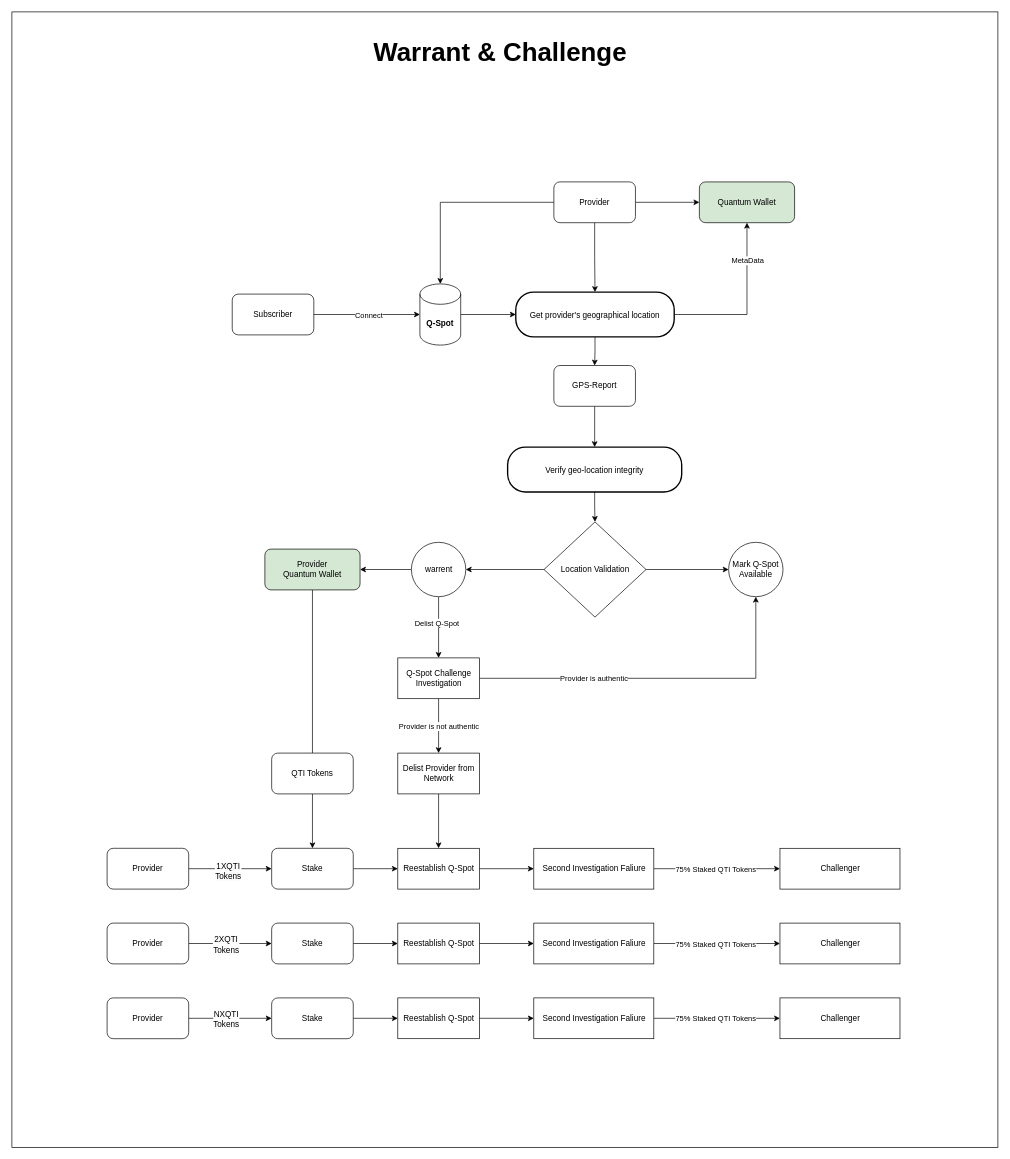
Before: QuantiniumFlow.drawio in ali-05-ahmed/Concept-Diagrams, a draw.io diagram. Source tidied: cells renumbered, new cells numbered last; positions are measured from the earlier drawing's top-left corner, leaving out a move shared by most shapes. Both pictures are drawn from the tidied source at 68%, with x=0, y=0 at pixel (12, 12).
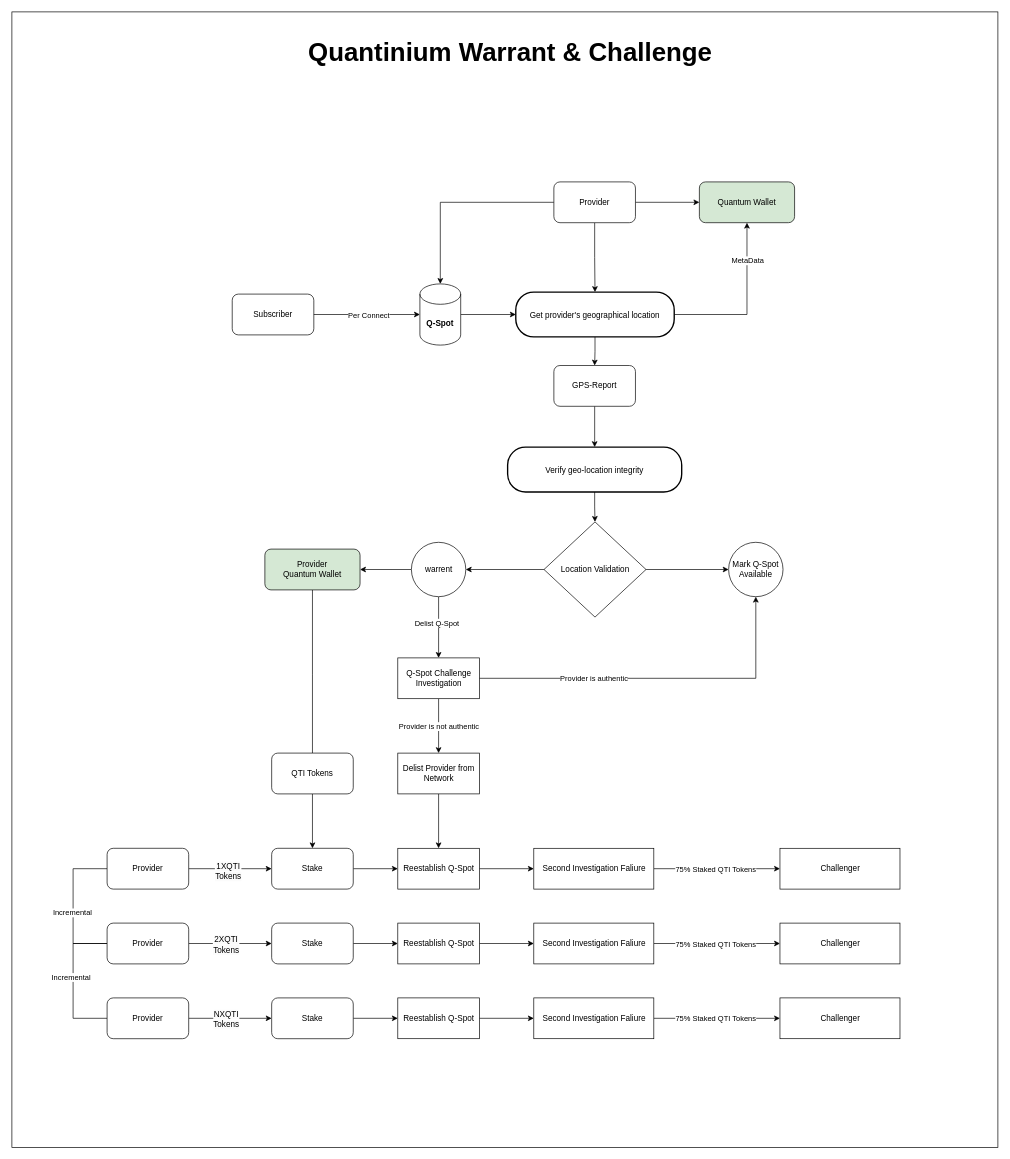
The same page after the edit.

The change refers to these unchanged cells:
```xml
<mxCell id="17" style="edgeStyle=orthogonalEdgeStyle;rounded=0;jettySize=auto;html=1;entryX=0;entryY=0.5;entryDx=0;entryDy=0;entryPerimeter=0;" parent="1" edge="1" source="13" target="16">
  <mxGeometry relative="1" as="geometry">
    <Array as="points">
      <mxPoint x="414" y="445" />
    </Array>
  </mxGeometry>
</mxCell>
<mxCell id="40" value="Provider" style="rounded=1;whiteSpace=wrap;html=1;" parent="1" vertex="1">
  <mxGeometry x="140" y="1230" width="120" height="60" as="geometry" />
</mxCell>
<mxCell id="53" value="Provider" style="rounded=1;whiteSpace=wrap;html=1;" parent="1" vertex="1">
  <mxGeometry x="140" y="1340" width="120" height="60" as="geometry" />
</mxCell>
<mxCell id="64" value="Provider" style="rounded=1;whiteSpace=wrap;html=1;" parent="1" vertex="1">
  <mxGeometry x="140" y="1450" width="120" height="60" as="geometry" />
</mxCell>
```

Diff of the diagram source:
```diff
@@
-    <mxCell id="18" value="Connect" style="edgeLabel;html=1;align=center;verticalAlign=middle;" parent="17" vertex="1">
+    <mxCell id="18" value="Per Connect" style="edgeLabel;html=1;align=center;verticalAlign=middle;" parent="17" vertex="1">
       <mxGeometry x="0.18" relative="1" as="geometry">
         <mxPoint x="-12" as="offset" />
       </mxGeometry>
     </mxCell>
@@
+    <mxCell id="74" style="edgeStyle=orthogonalEdgeStyle;rounded=0;jettySize=auto;html=1;entryX=0;entryY=0.5;entryDx=0;entryDy=0;endArrow=none;endFill=0;" parent="1" edge="1" source="40" target="53">
+      <mxGeometry relative="1" as="geometry">
+        <Array as="points">
+          <mxPoint x="90" y="1260" />
+          <mxPoint x="90" y="1370" />
+        </Array>
+      </mxGeometry>
+    </mxCell>
+    <mxCell id="75" value="Incremental" style="edgeLabel;html=1;align=center;verticalAlign=middle;" parent="74" vertex="1">
+      <mxGeometry x="0.09" y="-2" relative="1" as="geometry" />
+    </mxCell>
@@
+    <mxCell id="76" style="edgeStyle=orthogonalEdgeStyle;rounded=0;jettySize=auto;html=1;entryX=0;entryY=0.5;entryDx=0;entryDy=0;endArrow=none;endFill=0;" parent="1" edge="1" source="53" target="64">
+      <mxGeometry relative="1" as="geometry">
+        <Array as="points">
+          <mxPoint x="90" y="1370" />
+          <mxPoint x="90" y="1480" />
+        </Array>
+      </mxGeometry>
+    </mxCell>
@@
-    <mxCell id="73" value="&lt;h1 style=&quot;margin-top: 0px;&quot;&gt;&lt;font style=&quot;font-size: 38px;&quot;&gt;Warrant &amp;amp; Challenge&lt;/font&gt;&lt;/h1&gt;" style="text;html=1;whiteSpace=wrap;overflow=hidden;rounded=0;" parent="1" vertex="1">
-      <mxGeometry x="530" y="30" width="390" height="60" as="geometry" />
+    <mxCell id="73" value="&lt;h1 style=&quot;margin-top: 0px;&quot;&gt;&lt;font style=&quot;font-size: 38px;&quot;&gt;Quantinium Warrant &amp;amp; Challenge&lt;/font&gt;&lt;/h1&gt;" style="text;html=1;whiteSpace=wrap;overflow=hidden;rounded=0;" parent="1" vertex="1">
+      <mxGeometry x="434" y="30" width="600" height="60" as="geometry" />
     </mxCell>
+    <mxCell id="77" value="Incremental" style="edgeLabel;html=1;align=center;verticalAlign=middle;" parent="1" vertex="1">
+      <mxGeometry x="90" y="1420" as="geometry">
+        <mxPoint x="-4" y="-1" as="offset" />
+      </mxGeometry>
+    </mxCell>
```
